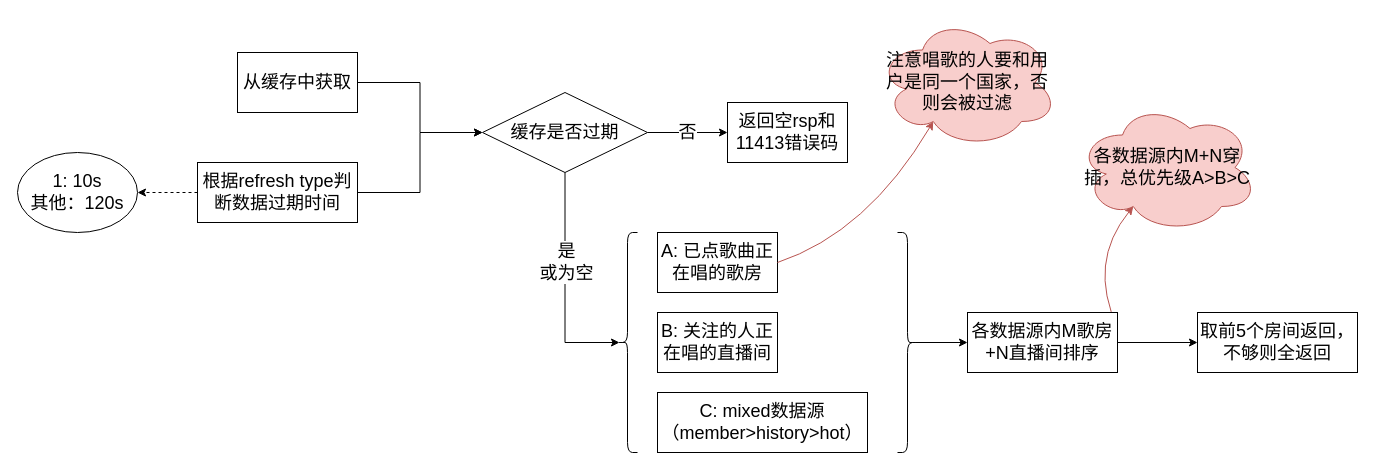
zora1997/zora keeps this draw.io diagram as drawio/rec card.drawio. Above is the earlier version. Source tidied: cells renumbered, new cells numbered last; positions are measured from the earlier drawing's top-left corner, leaving out a move shared by most shapes. Both pictures are drawn from the tidied source at 100%, with x=0, y=0 at pixel (17, 17).
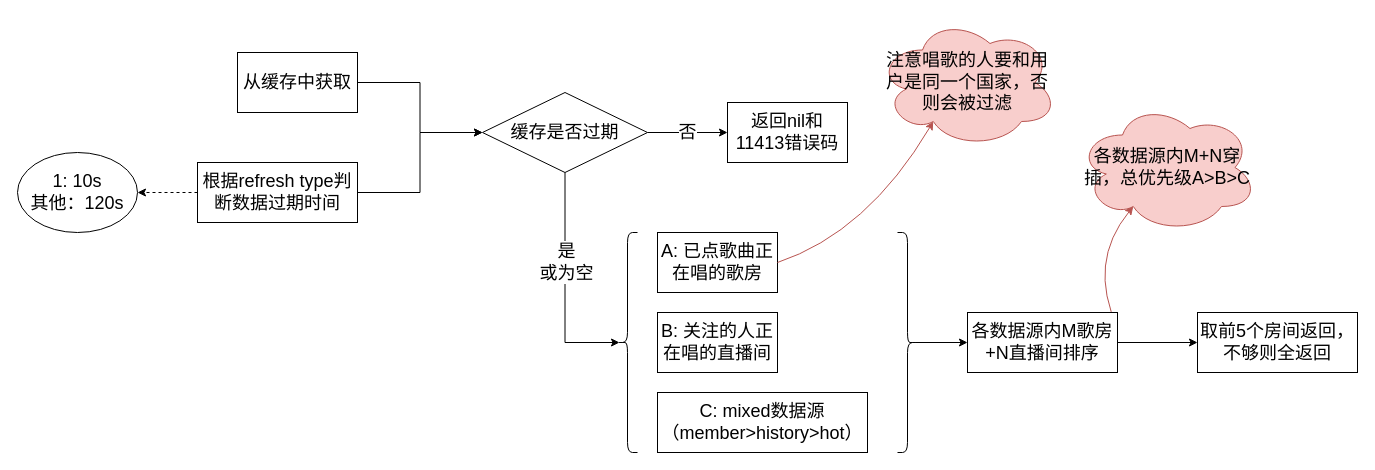
Above is the later version.

Change to the diagram source:
```diff
@@
-    <mxCell id="11" value="&lt;font style=&quot;font-size: 18px;&quot;&gt;返回空rsp和11413错误码&lt;/font&gt;" style="rounded=0;whiteSpace=wrap;html=1;" parent="1" vertex="1">
+    <mxCell id="11" value="&lt;font style=&quot;font-size: 18px;&quot;&gt;返回nil和11413错误码&lt;/font&gt;" style="rounded=0;whiteSpace=wrap;html=1;" parent="1" vertex="1">
       <mxGeometry x="710" y="85" width="120" height="60" as="geometry" />
     </mxCell>
```
